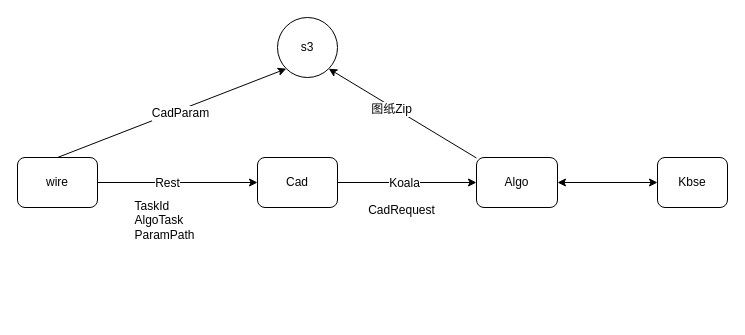
The draw.io diagram cad.drawio in tonyleifang/tony, before the edit. Source tidied: cells renumbered, new cells numbered last; positions are measured from the earlier drawing's top-left corner, leaving out a move shared by most shapes. Both pictures are drawn from the tidied source at 100%, with x=0, y=0 at pixel (17, 17).
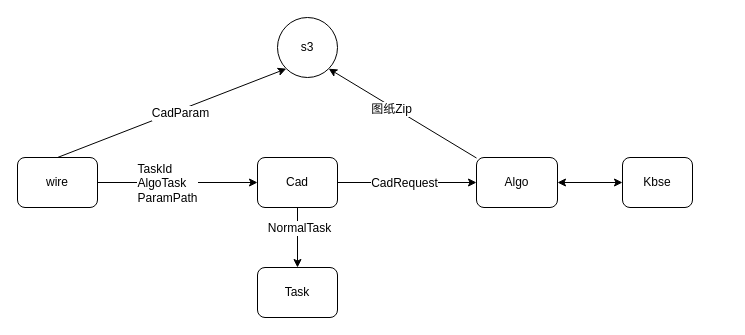
After the change.

The change refers to these unchanged cells:
```xml
<mxCell id="2" style="rounded=0;jettySize=auto;html=1;entryX=0;entryY=0.5;entryDx=0;entryDy=0;" parent="1" edge="1" source="6" target="9">
  <mxGeometry relative="1" as="geometry" />
</mxCell>
<mxCell id="7" style="edgeStyle=none;rounded=0;jettySize=auto;html=1;" parent="1" edge="1" source="9" target="13">
  <mxGeometry relative="1" as="geometry" />
</mxCell>
<mxCell id="9" value="Cad" style="rounded=1;whiteSpace=wrap;html=1;" parent="1" vertex="1">
  <mxGeometry x="240" y="140" width="80" height="50" as="geometry" />
</mxCell>
```

What changed in the source:
```diff
@@
-    <mxCell id="3" value="Rest&lt;br&gt;" style="text;html=1;align=center;verticalAlign=middle;labelBackgroundColor=#ffffff;" parent="2" vertex="1">
+    <mxCell id="3" value="&lt;div style=&quot;text-align: left&quot;&gt;TaskId&lt;/div&gt;&lt;div style=&quot;text-align: left&quot;&gt;AlgoTask&lt;/div&gt;&lt;div style=&quot;text-align: left&quot;&gt;ParamPath&lt;/div&gt;" style="text;html=1;align=center;verticalAlign=middle;labelBackgroundColor=#ffffff;" parent="2" vertex="1">
       <mxGeometry x="-0.34" y="2" relative="1" as="geometry">
         <mxPoint x="16" y="2" as="offset" />
       </mxGeometry>
     </mxCell>
@@
-    <mxCell id="8" value="&lt;span&gt;Koala&lt;/span&gt;" style="text;html=1;align=center;verticalAlign=middle;labelBackgroundColor=#ffffff;" parent="7" vertex="1">
+    <mxCell id="8" value="&lt;div style=&quot;text-align: left&quot;&gt;CadRequest&lt;/div&gt;" style="text;html=1;align=center;verticalAlign=middle;labelBackgroundColor=#ffffff;" parent="7" vertex="1">
       <mxGeometry x="0.34" y="2" relative="1" as="geometry">
         <mxPoint x="-27" y="2" as="offset" />
       </mxGeometry>
     </mxCell>
+    <mxCell id="18" style="edgeStyle=none;rounded=0;jettySize=auto;html=1;startArrow=none;startFill=0;" parent="1" edge="1" source="9" target="20">
+      <mxGeometry relative="1" as="geometry" />
+    </mxCell>
+    <mxCell id="19" value="NormalTask" style="text;html=1;align=center;verticalAlign=middle;labelBackgroundColor=#ffffff;" parent="18" vertex="1">
+      <mxGeometry x="-0.34" y="1" relative="1" as="geometry" />
+    </mxCell>
@@
     <mxCell id="14" value="Kbse" style="rounded=1;whiteSpace=wrap;html=1;" parent="1" vertex="1">
-      <mxGeometry x="640" y="140" width="70" height="50" as="geometry" />
+      <mxGeometry x="605" y="140" width="70" height="50" as="geometry" />
     </mxCell>
@@
-    <mxCell id="16" value="&lt;div style=&quot;text-align: left&quot;&gt;&lt;span&gt;TaskId&lt;/span&gt;&lt;/div&gt;&lt;div style=&quot;text-align: left&quot;&gt;&lt;span&gt;AlgoTask&lt;/span&gt;&lt;/div&gt;&lt;div style=&quot;text-align: left&quot;&gt;&lt;span&gt;ParamPath&lt;/span&gt;&lt;/div&gt;" style="text;html=1;align=center;verticalAlign=middle;labelBackgroundColor=#ffffff;" parent="1" vertex="1">
+    <mxCell id="16" value="&lt;div style=&quot;text-align: left&quot;&gt;&lt;br&gt;&lt;/div&gt;" style="text;html=1;align=center;verticalAlign=middle;labelBackgroundColor=#ffffff;" parent="1" vertex="1">
       <mxGeometry x="130" y="200" as="geometry">
         <mxPoint x="16" y="2" as="offset" />
       </mxGeometry>
     </mxCell>
-    <mxCell id="17" value="&lt;span&gt;CadRequest&lt;/span&gt;" style="text;html=1;align=center;verticalAlign=middle;labelBackgroundColor=#ffffff;" parent="1" vertex="1">
-      <mxGeometry x="410" y="190" as="geometry">
-        <mxPoint x="-27" y="2" as="offset" />
-      </mxGeometry>
-    </mxCell>
+    <mxCell id="20" value="Task" style="rounded=1;whiteSpace=wrap;html=1;" parent="1" vertex="1">
+      <mxGeometry x="240" y="250" width="80" height="50" as="geometry" />
+    </mxCell>
```
